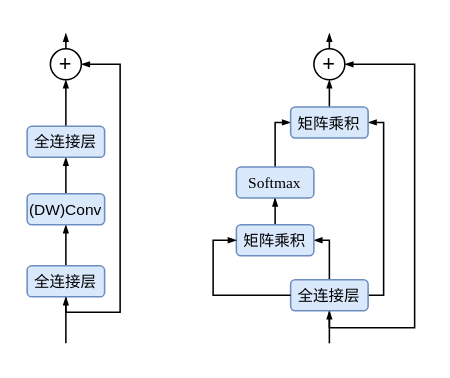
Above: 4-4其他局部注意.drawio in Losh-shi/graduate_map (draw.io), before the change. Source tidied: cells renumbered, new cells numbered last; positions are measured from the earlier drawing's top-left corner, leaving out a move shared by most shapes. Both pictures are drawn from the tidied source at 155%, with x=0, y=0 at pixel (26, 33).
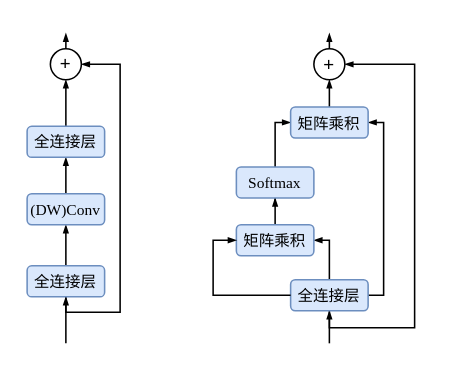
The same diagram, later.

Commit message:
更新4-4其他局部注意.drawio

The change refers to these unchanged cells:
```xml
<mxCell id="5" value="&lt;font face=&quot;宋体&quot;&gt;&lt;span style=&quot;font-size: 10px;&quot;&gt;全连接层&lt;/span&gt;&lt;/font&gt;" style="rounded=1;whiteSpace=wrap;html=1;fillColor=#dae8fc;strokeColor=#6c8ebf;" parent="1" vertex="1">
  <mxGeometry y="150" width="50" height="20" as="geometry" />
</mxCell>
<mxCell id="16" value="&lt;font face=&quot;宋体&quot;&gt;&lt;span style=&quot;font-size: 10px;&quot;&gt;全连接层&lt;/span&gt;&lt;/font&gt;" style="rounded=1;whiteSpace=wrap;html=1;fillColor=#dae8fc;strokeColor=#6c8ebf;" parent="1" vertex="1">
  <mxGeometry x="170" y="159" width="50" height="20" as="geometry" />
</mxCell>
<mxCell id="25" value="&lt;font face=&quot;宋体&quot;&gt;&lt;span style=&quot;font-size: 10px;&quot;&gt;矩阵乘积&lt;/span&gt;&lt;/font&gt;" style="rounded=1;whiteSpace=wrap;html=1;fillColor=#dae8fc;strokeColor=#6c8ebf;" parent="1" vertex="1">
  <mxGeometry x="170" y="47.5" width="50" height="20" as="geometry" />
</mxCell>
```

Change to the diagram source:
```diff
@@
-    <mxCell id="4" style="edgeStyle=orthogonalEdgeStyle;rounded=0;jettySize=auto;html=1;exitX=0.5;exitY=1;exitDx=0;exitDy=0;strokeColor=default;align=center;verticalAlign=middle;fontFamily=Helvetica;fontSize=11;fontColor=default;labelBackgroundColor=default;endArrow=blockThin;endFill=1;endSize=3;entryX=0.5;entryY=1;entryDx=0;entryDy=0;" parent="1" edge="1" target="5">
-      <mxGeometry relative="1" as="geometry">
-        <mxPoint x="25" y="200" as="sourcePoint" />
-      </mxGeometry>
-    </mxCell>
+    <mxCell id="26" style="edgeStyle=orthogonalEdgeStyle;rounded=0;jettySize=auto;html=1;exitX=0.5;exitY=1;exitDx=0;exitDy=0;strokeColor=default;align=center;verticalAlign=middle;fontFamily=Helvetica;fontSize=11;fontColor=default;labelBackgroundColor=default;endArrow=blockThin;endFill=1;endSize=3;entryX=0.5;entryY=1;entryDx=0;entryDy=0;" parent="1" edge="1" target="5">
+      <mxGeometry relative="1" as="geometry">
+        <mxPoint x="25" y="200" as="sourcePoint" />
+      </mxGeometry>
+    </mxCell>
@@
-    <mxCell id="7" value="&lt;font face=&quot;宋体&quot;&gt;&lt;span style=&quot;font-size: 10px;&quot;&gt;(DW)Conv&lt;/span&gt;&lt;/font&gt;" style="rounded=1;whiteSpace=wrap;html=1;fillColor=#dae8fc;strokeColor=#6c8ebf;" parent="1" vertex="1">
+    <mxCell id="7" value="&lt;span style=&quot;font-size: 10px;&quot;&gt;&lt;font face=&quot;Times New Roman&quot;&gt;(DW)Conv&lt;/font&gt;&lt;/span&gt;" style="rounded=1;whiteSpace=wrap;html=1;fillColor=#dae8fc;strokeColor=#6c8ebf;" parent="1" vertex="1">
       <mxGeometry y="103.5" width="50" height="20" as="geometry" />
     </mxCell>
@@
-    <mxCell id="11" value="&lt;font style=&quot;font-size: 14px;&quot;&gt;+&lt;/font&gt;" style="ellipse;whiteSpace=wrap;html=1;fontFamily=Helvetica;fontSize=11;fontColor=default;labelBackgroundColor=default;" parent="1" vertex="1">
+    <mxCell id="11" style="ellipse;whiteSpace=wrap;html=1;fontFamily=Helvetica;fontSize=11;fontColor=default;labelBackgroundColor=default;" parent="1" vertex="1">
       <mxGeometry x="15" y="10" width="20" height="20" as="geometry" />
     </mxCell>
-    <mxCell id="12" style="edgeStyle=orthogonalEdgeStyle;rounded=0;jettySize=auto;html=1;entryX=1;entryY=0.5;entryDx=0;entryDy=0;strokeColor=default;align=center;verticalAlign=middle;fontFamily=Helvetica;fontSize=11;fontColor=default;labelBackgroundColor=default;endArrow=blockThin;endFill=1;endSize=3;" parent="1" edge="1" source="16" target="22">
+    <mxCell id="12" style="edgeStyle=orthogonalEdgeStyle;rounded=0;jettySize=auto;html=1;entryX=1;entryY=0.5;entryDx=0;entryDy=0;strokeColor=default;align=center;verticalAlign=middle;fontFamily=Helvetica;fontSize=11;fontColor=default;labelBackgroundColor=default;endArrow=blockThin;endFill=1;endSize=3;" parent="1" edge="1" source="16">
       <mxGeometry relative="1" as="geometry">
+        <mxPoint x="205" y="20" as="targetPoint" />
         <Array as="points">
           <mxPoint x="195" y="190" />
           <mxPoint x="250" y="190" />
           <mxPoint x="250" y="20" />
         </Array>
       </mxGeometry>
     </mxCell>
@@
-    <mxCell id="21" style="edgeStyle=orthogonalEdgeStyle;rounded=0;jettySize=auto;html=1;exitX=0.5;exitY=0;exitDx=0;exitDy=0;strokeColor=default;align=center;verticalAlign=middle;fontFamily=Helvetica;fontSize=11;fontColor=default;labelBackgroundColor=default;endArrow=blockThin;endFill=1;endSize=3;" parent="1" edge="1" source="22">
+    <mxCell id="21" style="edgeStyle=orthogonalEdgeStyle;rounded=0;orthogonalLoop=1;jettySize=auto;html=1;exitX=0.5;exitY=0;exitDx=0;exitDy=0;strokeColor=default;align=center;verticalAlign=middle;fontFamily=Helvetica;fontSize=11;fontColor=default;labelBackgroundColor=default;endArrow=blockThin;endFill=1;endSize=3;" parent="1" edge="1">
       <mxGeometry relative="1" as="geometry">
+        <mxPoint x="195" y="10" as="sourcePoint" />
         <mxPoint x="195" as="targetPoint" />
       </mxGeometry>
     </mxCell>
-    <mxCell id="22" value="&lt;font style=&quot;font-size: 14px;&quot;&gt;+&lt;/font&gt;" style="ellipse;whiteSpace=wrap;html=1;fontFamily=Helvetica;fontSize=11;fontColor=default;labelBackgroundColor=default;" parent="1" vertex="1">
-      <mxGeometry x="185" y="10" width="20" height="20" as="geometry" />
-    </mxCell>
@@
-    <mxCell id="24" style="edgeStyle=orthogonalEdgeStyle;rounded=0;jettySize=auto;html=1;exitX=0.5;exitY=0;exitDx=0;exitDy=0;entryX=0.5;entryY=1;entryDx=0;entryDy=0;strokeColor=default;align=center;verticalAlign=middle;fontFamily=Helvetica;fontSize=11;fontColor=default;labelBackgroundColor=default;endArrow=blockThin;endFill=1;endSize=3;" parent="1" edge="1" source="25" target="22">
-      <mxGeometry relative="1" as="geometry" />
+    <mxCell id="24" style="edgeStyle=orthogonalEdgeStyle;rounded=0;jettySize=auto;html=1;exitX=0.5;exitY=0;exitDx=0;exitDy=0;entryX=0.5;entryY=1;entryDx=0;entryDy=0;strokeColor=default;align=center;verticalAlign=middle;fontFamily=Helvetica;fontSize=11;fontColor=default;labelBackgroundColor=default;endArrow=blockThin;endFill=1;endSize=3;" parent="1" edge="1" source="25">
+      <mxGeometry relative="1" as="geometry">
+        <mxPoint x="195" y="30" as="targetPoint" />
+      </mxGeometry>
     </mxCell>
@@
+    <mxCell id="27" style="ellipse;whiteSpace=wrap;html=1;fontFamily=Helvetica;fontSize=11;fontColor=default;labelBackgroundColor=default;" parent="1" vertex="1">
+      <mxGeometry x="185" y="10" width="20" height="20" as="geometry" />
+    </mxCell>
+    <mxCell id="28" value="&lt;font style=&quot;font-size: 12px;&quot;&gt;+&lt;/font&gt;" style="text;strokeColor=none;align=center;fillColor=none;html=1;verticalAlign=middle;whiteSpace=wrap;rounded=0;fontFamily=Helvetica;fontSize=11;fontColor=default;labelBackgroundColor=default;" parent="1" vertex="1">
+      <mxGeometry x="20" y="15" width="10" height="10" as="geometry" />
+    </mxCell>
+    <mxCell id="29" value="&lt;font style=&quot;font-size: 12px;&quot;&gt;+&lt;/font&gt;" style="text;strokeColor=none;align=center;fillColor=none;html=1;verticalAlign=middle;whiteSpace=wrap;rounded=0;fontFamily=Helvetica;fontSize=11;fontColor=default;labelBackgroundColor=default;" parent="1" vertex="1">
+      <mxGeometry x="190" y="16" width="10" height="10" as="geometry" />
+    </mxCell>
```
